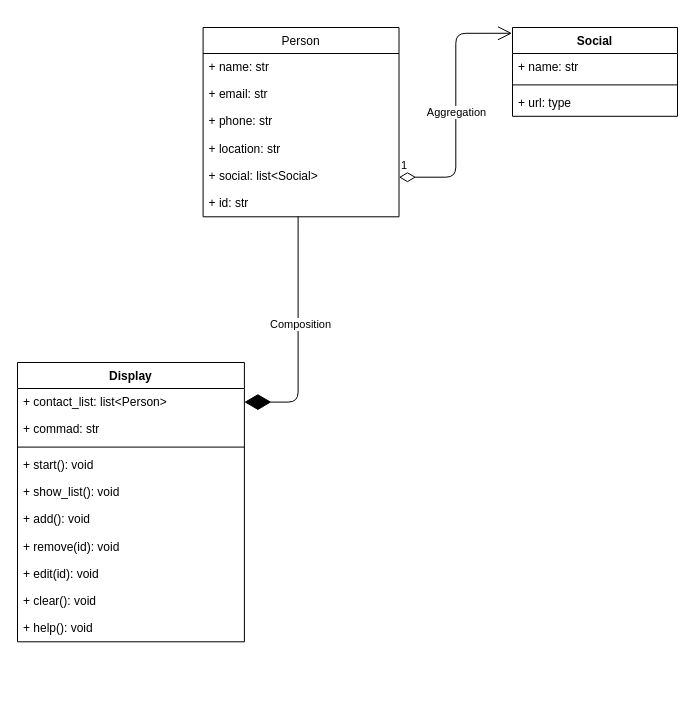
fahimfaisaal/contact_list_app keeps this draw.io diagram as UML_Diagram/Contact_list.drawio. Above is the earlier version. Source tidied: cells renumbered, new cells numbered last; positions are measured from the earlier drawing's top-left corner, leaving out a move shared by most shapes. Both pictures are drawn from the tidied source at 100%, with x=0, y=0 at pixel (17, 27).
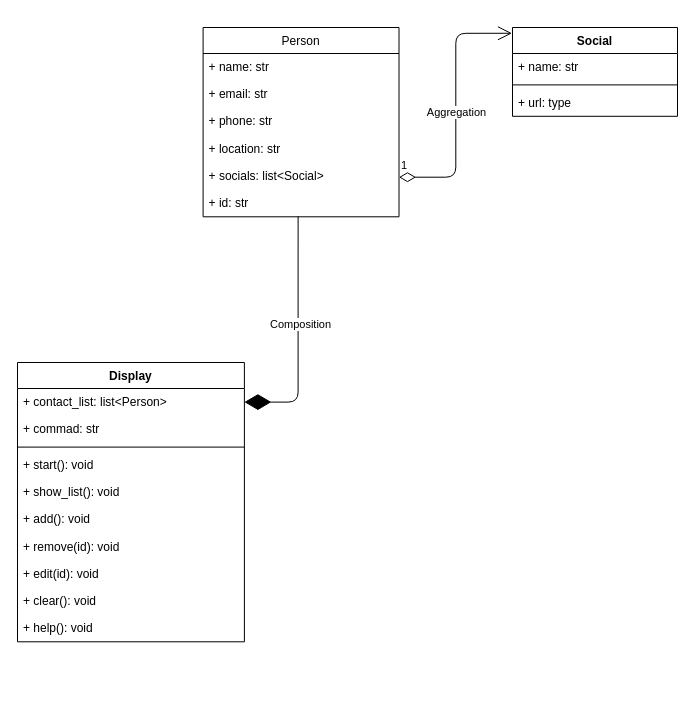
The same page after the edit.

The change refers to these unchanged cells:
```xml
<mxCell id="3" value="Person" style="swimlane;fontStyle=0;horizontal=1;startSize=26;fillColor=none;" parent="2" vertex="1">
  <mxGeometry x="185.6" width="195.9" height="189.3" as="geometry" />
</mxCell>
```

Diff of the diagram source:
```diff
@@
-    <mxCell id="8" value="+ social: list&lt;Social&gt;" style="text;strokeColor=none;fillColor=none;align=left;verticalAlign=top;spacingLeft=4;spacingRight=4;overflow=hidden;points=[[0,0.5],[1,0.5]];portConstraint=eastwest;" parent="3" vertex="1">
+    <mxCell id="8" value="+ socials: list&lt;Social&gt;" style="text;strokeColor=none;fillColor=none;align=left;verticalAlign=top;spacingLeft=4;spacingRight=4;overflow=hidden;points=[[0,0.5],[1,0.5]];portConstraint=eastwest;" parent="3" vertex="1">
       <mxGeometry y="134.9" width="195.9" height="27.2" as="geometry" />
     </mxCell>
```
